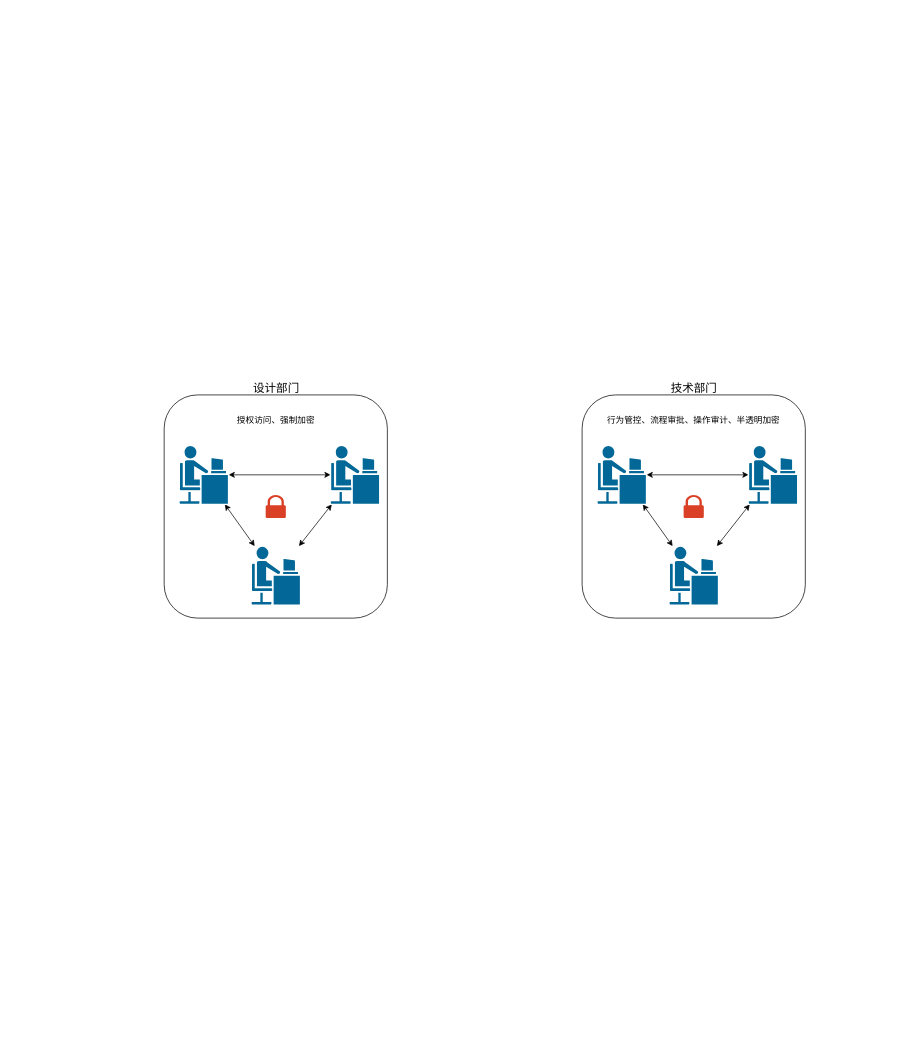
The draw.io diagram 数据安全防护案例.drawio in rexlin600/diagrams, before the edit. Source tidied: cells renumbered, new cells numbered last; positions are measured from the earlier drawing's top-left corner, leaving out a move shared by most shapes. Both pictures are drawn from the tidied source at 72%, with x=0, y=0 at pixel (164, 380). Pictures stored in the file or linked from it are replaced by grey dashed boxes.
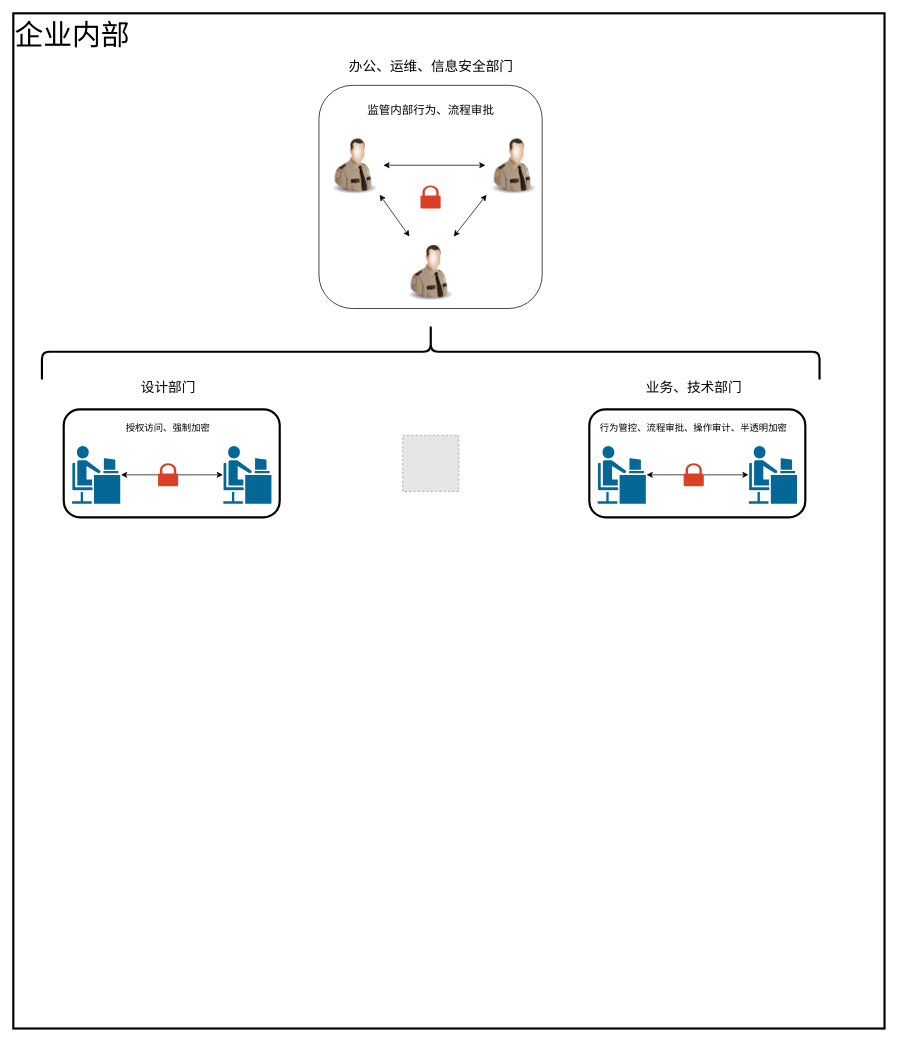
Above is the later version.

Commit message (it also covers changes not shown here):
更新数据安全防护案例.drawio

The change refers to these unchanged cells:
```xml
<mxCell id="14" style="shape=mxgraph.cisco.people.androgenous_person;html=1;dashed=0;fillColor=#036897;strokeColor=#ffffff;strokeWidth=2;verticalLabelPosition=bottom;verticalAlign=top;align=center;outlineConnect=0;" parent="1" vertex="1">
  <mxGeometry x="600.5" y="90" width="69" height="82" as="geometry" />
</mxCell>
<mxCell id="17" style="shape=mxgraph.cisco.people.androgenous_person;html=1;dashed=0;fillColor=#036897;strokeColor=#ffffff;strokeWidth=2;verticalLabelPosition=bottom;verticalAlign=top;align=center;outlineConnect=0;" parent="1" vertex="1">
  <mxGeometry x="810.5" y="90" width="69" height="82" as="geometry" />
</mxCell>
```

Diff of the diagram source:
```diff
@@
-    <mxCell id="2" style="whiteSpace=wrap;html=1;fillColor=none;rounded=1;" parent="1" vertex="1">
-      <mxGeometry x="-0.5" y="20" width="310" height="310" as="geometry" />
-    </mxCell>
-    <mxCell id="3" style="rounded=0;jettySize=auto;html=1;startArrow=classic;startFill=1;" parent="1" edge="1" source="5" target="6">
-      <mxGeometry relative="1" as="geometry" />
-    </mxCell>
+    <mxCell id="22" value="企业内部" style="rounded=0;whiteSpace=wrap;html=1;labelBackgroundColor=none;fontSize=40;strokeWidth=3;fillColor=none;verticalAlign=top;align=left;" parent="1" vertex="1">
+      <mxGeometry x="-210" y="-510" width="1210" height="1410" as="geometry" />
+    </mxCell>
+    <mxCell id="23" style="rounded=1;whiteSpace=wrap;html=1;labelBackgroundColor=none;fontSize=40;strokeWidth=3;fillColor=none;align=left;verticalAlign=top;" parent="1" vertex="1">
+      <mxGeometry x="-140" y="40" width="300" height="150" as="geometry" />
+    </mxCell>
@@
     <mxCell id="5" style="shape=mxgraph.cisco.people.androgenous_person;html=1;dashed=0;fillColor=#036897;strokeColor=#ffffff;strokeWidth=2;verticalLabelPosition=bottom;verticalAlign=top;align=center;outlineConnect=0;" parent="1" vertex="1">
-      <mxGeometry x="20" y="90" width="69" height="82" as="geometry" />
+      <mxGeometry x="-129.5" y="90" width="69" height="82" as="geometry" />
     </mxCell>
-    <mxCell id="6" style="shape=mxgraph.cisco.people.androgenous_person;html=1;dashed=0;fillColor=#036897;strokeColor=#ffffff;strokeWidth=2;verticalLabelPosition=bottom;verticalAlign=top;align=center;outlineConnect=0;" parent="1" vertex="1">
-      <mxGeometry x="120" y="230" width="69" height="82" as="geometry" />
-    </mxCell>
-    <mxCell id="7" style="edgeStyle=none;rounded=0;jettySize=auto;html=1;startArrow=classic;startFill=1;" parent="1" edge="1" source="8" target="6">
-      <mxGeometry relative="1" as="geometry" />
-    </mxCell>
     <mxCell id="8" style="shape=mxgraph.cisco.people.androgenous_person;html=1;dashed=0;fillColor=#036897;strokeColor=#ffffff;strokeWidth=2;verticalLabelPosition=bottom;verticalAlign=top;align=center;outlineConnect=0;" parent="1" vertex="1">
-      <mxGeometry x="230" y="90" width="69" height="82" as="geometry" />
+      <mxGeometry x="80.5" y="90" width="69" height="82" as="geometry" />
     </mxCell>
-    <mxCell id="9" value="授权访问、强制加密" style="text;html=1;strokeColor=none;fillColor=none;align=center;verticalAlign=middle;whiteSpace=wrap;rounded=0;" parent="1" vertex="1">
-      <mxGeometry x="79.5" y="40" width="150" height="30" as="geometry" />
+    <mxCell id="9" value="授权访问、强制加密" style="text;html=1;strokeColor=none;fillColor=none;align=center;verticalAlign=middle;whiteSpace=wrap;rounded=0;fontSize=13;" parent="1" vertex="1">
+      <mxGeometry x="-70" y="50" width="150" height="30" as="geometry" />
     </mxCell>
-    <mxCell id="10" value="&lt;font style=&quot;font-size: 16px&quot;&gt;设计部门&lt;/font&gt;" style="text;html=1;align=center;verticalAlign=middle;strokeColor=none;fillColor=none;" parent="1" vertex="1">
-      <mxGeometry x="114.5" width="80" height="20" as="geometry" />
+    <mxCell id="10" value="&lt;font style=&quot;font-size: 19px;&quot;&gt;设计部门&lt;/font&gt;" style="text;html=1;align=center;verticalAlign=middle;strokeColor=none;fillColor=none;fontSize=19;" parent="1" vertex="1">
+      <mxGeometry x="-40" y="-5" width="90" height="30" as="geometry" />
     </mxCell>
-    <mxCell id="11" style="whiteSpace=wrap;html=1;fillColor=none;rounded=1;" parent="1" vertex="1">
-      <mxGeometry x="580" y="20" width="310" height="310" as="geometry" />
-    </mxCell>
-    <mxCell id="12" style="rounded=0;jettySize=auto;html=1;startArrow=classic;startFill=1;" parent="1" edge="1" source="14" target="15">
-      <mxGeometry relative="1" as="geometry" />
-    </mxCell>
-    <mxCell id="13" style="edgeStyle=none;rounded=0;jettySize=auto;html=1;entryX=0.01;entryY=0.5;entryDx=0;entryDy=0;entryPerimeter=0;startArrow=classic;startFill=1;" parent="1" edge="1" source="14" target="17">
+    <mxCell id="13" style="edgeStyle=none;rounded=0;jettySize=auto;html=1;entryX=0.01;entryY=0.5;entryDx=0;entryDy=0;entryPerimeter=0;startArrow=none;startFill=1;" parent="1" edge="1" source="21" target="17">
       <mxGeometry relative="1" as="geometry" />
     </mxCell>
@@
-    <mxCell id="15" style="shape=mxgraph.cisco.people.androgenous_person;html=1;dashed=0;fillColor=#036897;strokeColor=#ffffff;strokeWidth=2;verticalLabelPosition=bottom;verticalAlign=top;align=center;outlineConnect=0;" parent="1" vertex="1">
-      <mxGeometry x="700.5" y="230" width="69" height="82" as="geometry" />
-    </mxCell>
-    <mxCell id="16" style="edgeStyle=none;rounded=0;jettySize=auto;html=1;startArrow=classic;startFill=1;" parent="1" edge="1" source="17" target="15">
-      <mxGeometry relative="1" as="geometry" />
-    </mxCell>
@@
-    <mxCell id="18" value="行为管控、流程审批、操作审计、半透明加密" style="text;html=1;strokeColor=none;fillColor=none;align=center;verticalAlign=middle;whiteSpace=wrap;rounded=0;" parent="1" vertex="1">
-      <mxGeometry x="600" y="40" width="270" height="30" as="geometry" />
+    <mxCell id="18" value="行为管控、流程审批、操作审计、半透明加密" style="text;html=1;strokeColor=none;fillColor=none;align=center;verticalAlign=middle;whiteSpace=wrap;rounded=0;fontSize=13;" parent="1" vertex="1">
+      <mxGeometry x="600" y="50" width="270" height="30" as="geometry" />
     </mxCell>
-    <mxCell id="19" value="&lt;font style=&quot;font-size: 16px&quot;&gt;技术部门&lt;/font&gt;" style="text;html=1;align=center;verticalAlign=middle;strokeColor=none;fillColor=none;" parent="1" vertex="1">
-      <mxGeometry x="695" width="80" height="20" as="geometry" />
+    <mxCell id="19" value="&lt;font style=&quot;font-size: 19px;&quot;&gt;业务、技术部门&lt;/font&gt;" style="text;html=1;align=center;verticalAlign=middle;strokeColor=none;fillColor=none;fontSize=19;" parent="1" vertex="1">
+      <mxGeometry x="660" y="-5" width="150" height="30" as="geometry" />
     </mxCell>
     <mxCell id="20" style="sketch=0;shadow=0;dashed=0;html=1;strokeColor=none;labelPosition=center;verticalLabelPosition=bottom;verticalAlign=top;align=center;shape=mxgraph.office.security.lock_protected;fillColor=#DA4026;fontSize=16;" parent="1" vertex="1">
-      <mxGeometry x="140.5" y="159" width="28" height="32" as="geometry" />
+      <mxGeometry x="-9" y="115" width="28" height="32" as="geometry" />
     </mxCell>
+    <mxCell id="24" style="edgeStyle=none;rounded=0;orthogonalLoop=1;jettySize=auto;html=1;fontSize=40;startArrow=classic;startFill=1;" parent="1" edge="1">
+      <mxGeometry relative="1" as="geometry">
+        <mxPoint x="290" y="181.5" as="targetPoint" />
+      </mxGeometry>
+    </mxCell>
+    <mxCell id="25" style="whiteSpace=wrap;html=1;fillColor=none;rounded=1;" parent="1" vertex="1">
+      <mxGeometry x="214.5" y="-410" width="310" height="310" as="geometry" />
+    </mxCell>
+    <mxCell id="26" style="rounded=0;orthogonalLoop=1;jettySize=auto;html=1;startArrow=classic;startFill=1;" parent="1" edge="1">
+      <mxGeometry relative="1" as="geometry">
+        <mxPoint x="298.8" y="-258" as="sourcePoint" />
+        <mxPoint x="340.2" y="-200" as="targetPoint" />
+      </mxGeometry>
+    </mxCell>
+    <mxCell id="27" style="edgeStyle=none;rounded=0;orthogonalLoop=1;jettySize=auto;html=1;entryX=0.01;entryY=0.5;entryDx=0;entryDy=0;entryPerimeter=0;startArrow=classic;startFill=1;" parent="1" edge="1">
+      <mxGeometry relative="1" as="geometry">
+        <mxPoint x="304" y="-299" as="sourcePoint" />
+        <mxPoint x="445.7" y="-299" as="targetPoint" />
+      </mxGeometry>
+    </mxCell>
+    <mxCell id="28" style="edgeStyle=none;rounded=0;orthogonalLoop=1;jettySize=auto;html=1;startArrow=classic;startFill=1;" parent="1" edge="1">
+      <mxGeometry relative="1" as="geometry">
+        <mxPoint x="447.3" y="-258" as="sourcePoint" />
+        <mxPoint x="401.7" y="-200" as="targetPoint" />
+      </mxGeometry>
+    </mxCell>
+    <mxCell id="29" value="监管内部行为、流程审批" style="text;html=1;strokeColor=none;fillColor=none;align=center;verticalAlign=middle;whiteSpace=wrap;rounded=0;fontSize=16;" parent="1" vertex="1">
+      <mxGeometry x="234.5" y="-390" width="270" height="30" as="geometry" />
+    </mxCell>
+    <mxCell id="30" value="&lt;font style=&quot;font-size: 19px;&quot;&gt;办公、运维、信息安全部门&lt;/font&gt;" style="text;html=1;align=center;verticalAlign=middle;strokeColor=none;fillColor=none;fontSize=19;" parent="1" vertex="1">
+      <mxGeometry x="249.5" y="-450" width="240" height="30" as="geometry" />
+    </mxCell>
+    <mxCell id="31" style="sketch=0;shadow=0;dashed=0;html=1;strokeColor=none;labelPosition=center;verticalLabelPosition=bottom;verticalAlign=top;align=center;shape=mxgraph.office.security.lock_protected;fillColor=#DA4026;fontSize=16;" parent="1" vertex="1">
+      <mxGeometry x="355.5" y="-271" width="28" height="32" as="geometry" />
+    </mxCell>
+    <mxCell id="32" style="image;html=1;image=img/lib/clip_art/people/Security_Man_128x128.png;rounded=1;fontSize=13;fillColor=none;" parent="1" vertex="1">
+      <mxGeometry x="224" y="-338" width="80" height="80" as="geometry" />
+    </mxCell>
+    <mxCell id="33" style="image;html=1;image=img/lib/clip_art/people/Security_Man_128x128.png;rounded=1;fontSize=13;fillColor=none;" parent="1" vertex="1">
+      <mxGeometry x="445" y="-338" width="80" height="80" as="geometry" />
+    </mxCell>
+    <mxCell id="34" style="image;html=1;image=img/lib/clip_art/people/Security_Man_128x128.png;rounded=1;fontSize=13;fillColor=none;" parent="1" vertex="1">
+      <mxGeometry x="329.5" y="-190" width="80" height="80" as="geometry" />
+    </mxCell>
+    <mxCell id="35" style="shape=curlyBracket;whiteSpace=wrap;html=1;rounded=1;flipH=1;fontSize=19;fillColor=none;rotation=-90;labelBackgroundColor=none;strokeWidth=3;" parent="1" vertex="1">
+      <mxGeometry x="331" y="-580" width="77.5" height="1080" as="geometry" />
+    </mxCell>
+    <mxCell id="36" style="edgeStyle=none;rounded=0;orthogonalLoop=1;jettySize=auto;html=1;fontSize=40;startArrow=classic;startFill=1;" parent="1" edge="1">
+      <mxGeometry relative="1" as="geometry">
+        <mxPoint x="361.4" y="133" as="targetPoint" />
+      </mxGeometry>
+    </mxCell>
     <mxCell id="21" style="sketch=0;shadow=0;dashed=0;html=1;strokeColor=none;labelPosition=center;verticalLabelPosition=bottom;verticalAlign=top;outlineConnect=0;align=center;shape=mxgraph.office.security.lock_protected;fillColor=#DA4026;fontSize=16;" parent="1" vertex="1">
-      <mxGeometry x="721" y="159" width="28" height="32" as="geometry" />
+      <mxGeometry x="721" y="115" width="28" height="32" as="geometry" />
     </mxCell>
+    <mxCell id="37" style="edgeStyle=none;rounded=0;jettySize=auto;html=1;entryX=0.01;entryY=0.5;entryDx=0;entryDy=0;entryPerimeter=0;startArrow=classic;startFill=1;endArrow=none;" parent="1" edge="1" source="14" target="21">
+      <mxGeometry relative="1" as="geometry" />
+    </mxCell>
+    <mxCell id="38" style="rounded=1;whiteSpace=wrap;html=1;labelBackgroundColor=none;fontSize=40;strokeWidth=3;fillColor=none;align=left;verticalAlign=top;" parent="1" vertex="1">
+      <mxGeometry x="590" y="40" width="300" height="150" as="geometry" />
+    </mxCell>
+    <mxCell id="39" style="fillColor=#E6E6E6;strokeColor=#999999;dashed=1;html=1;verticalAlign=top;verticalLabelPosition=bottom;labelBackgroundColor=#ffffff;fontSize=40;" parent="1" vertex="1">
+      <mxGeometry x="330.8" y="76" width="78" height="78" as="geometry" />
+    </mxCell>
```
